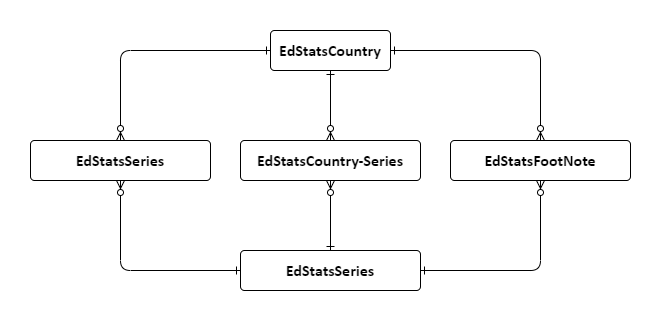
Before: projet/img/entity_relationship.png, a diagram exported from draw.io (samirhinojosa/OC-P2-education-statistics). Source tidied: cells renumbered, new cells last; positions are measured from the earlier drawing's top-left corner, leaving out a move shared by most shapes.
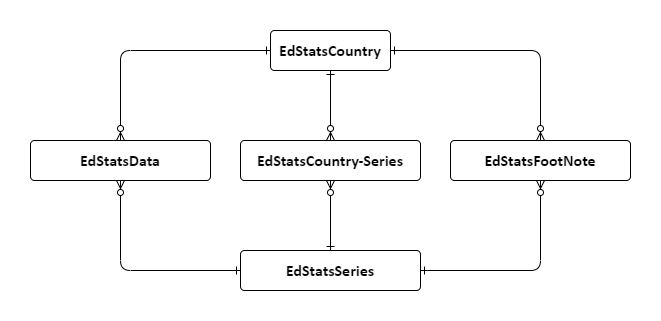
Later version of the same file.

Change to the diagram source:
```diff
@@ -32,7 +32,7 @@
     <mxCell id="11" style="endArrow=ERzeroToMany;html=1;endFill=1;startArrow=ERone;startFill=0;edgeStyle=orthogonalEdgeStyle;exitX=0.5;exitY=1;exitDx=0;exitDy=0;" parent="1" edge="1" source="5" target="6">
       <mxGeometry relative="1" as="geometry" />
     </mxCell>
-    <mxCell id="12" value="&lt;b&gt;&lt;span lang=&quot;FR&quot; style=&quot;font-size: 12.0pt ; line-height: 107% ; font-family: &amp;#34;calibri&amp;#34; , sans-serif&quot;&gt;EdStatsSeries&lt;/span&gt;&lt;/b&gt;" style="rounded=1;arcSize=10;whiteSpace=wrap;html=1;align=center;" parent="1" vertex="1">
+    <mxCell id="12" value="&lt;b&gt;&lt;span lang=&quot;FR&quot; style=&quot;font-size: 12.0pt ; line-height: 107% ; font-family: &amp;#34;calibri&amp;#34; , sans-serif&quot;&gt;EdStatsData&lt;/span&gt;&lt;/b&gt;" style="rounded=1;arcSize=10;whiteSpace=wrap;html=1;align=center;" parent="1" vertex="1">
       <mxGeometry x="30" y="140" width="180" height="40" as="geometry" />
     </mxCell>
     <mxCell id="13" value="&lt;b&gt;&lt;span lang=&quot;FR&quot; style=&quot;font-size: 12.0pt ; line-height: 107% ; font-family: &amp;#34;calibri&amp;#34; , sans-serif&quot;&gt;EdStatsFootNote&lt;/span&gt;&lt;/b&gt;" style="rounded=1;arcSize=10;whiteSpace=wrap;html=1;align=center;" parent="1" vertex="1">
```
